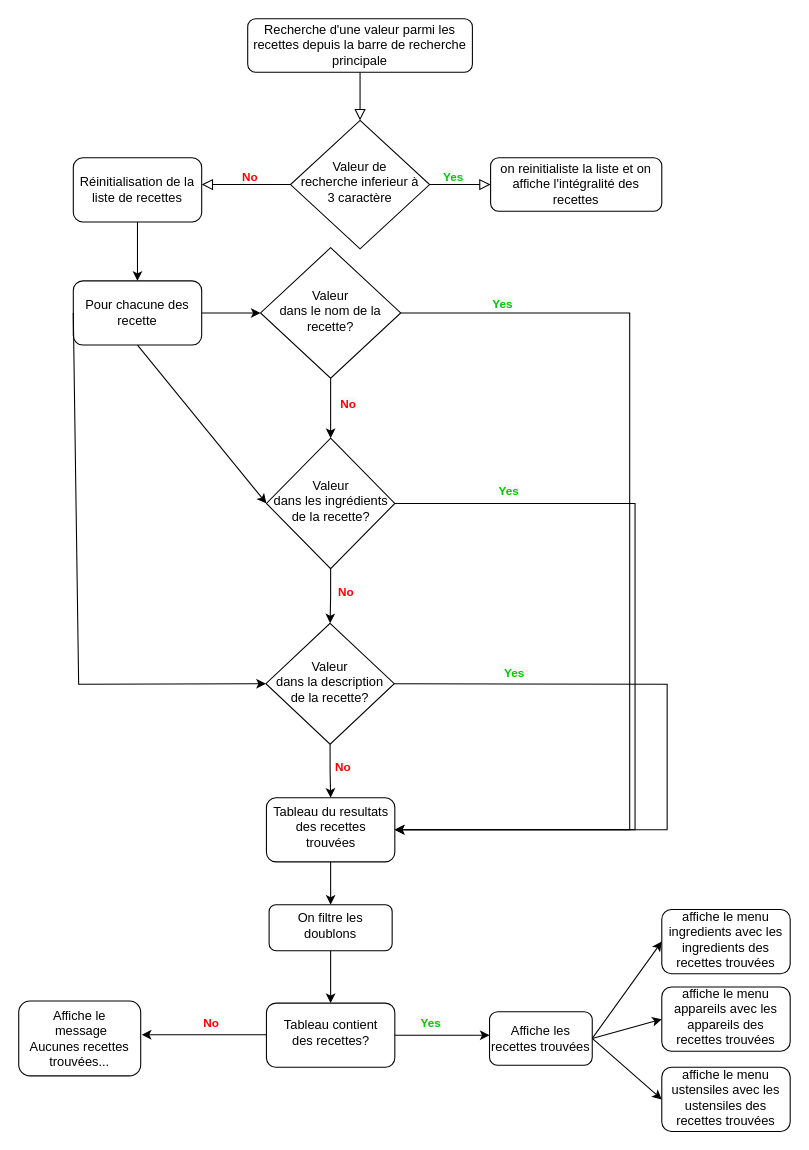
Before: Diagramme sans nom.drawio in Ambre972ppm/AmbreGONDRY_7_05-06-2022, a draw.io diagram. Source tidied: cells renumbered, new cells numbered last; positions are measured from the earlier drawing's top-left corner, leaving out a move shared by most shapes. Both pictures are drawn from the tidied source at 107%, with x=0, y=0 at pixel (18, 18).
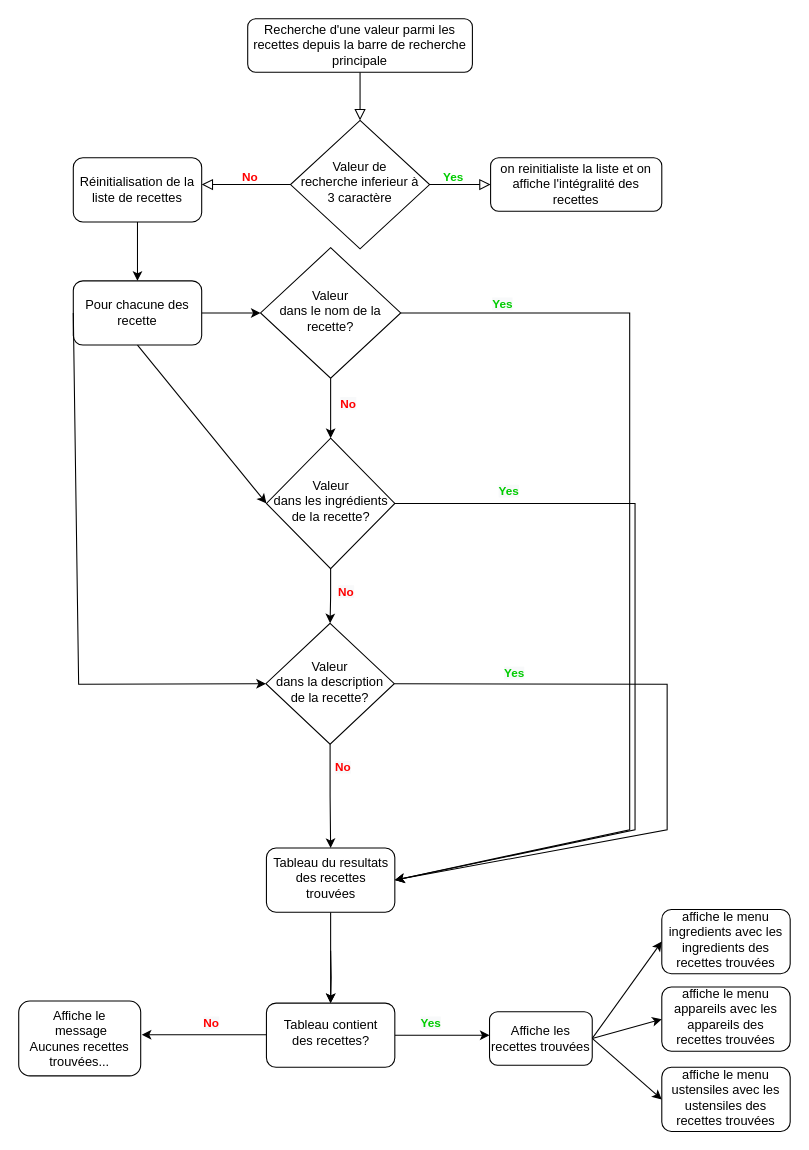
After the change.

Commit message (it also covers changes not shown here):
Mettre à jour Diagramme sans nom.drawio

The change refers to these unchanged cells:
```xml
<mxCell id="33" value="Tableau contient des recettes?" style="whiteSpace=wrap;html=1;rounded=1;shadow=0;strokeWidth=1;spacing=6;spacingTop=-4;" parent="1" vertex="1">
  <mxGeometry x="231.5" y="920" width="120" height="60" as="geometry" />
</mxCell>
```

What changed in the source:
```diff
@@
-    <mxCell id="20" style="edgeStyle=orthogonalEdgeStyle;rounded=0;jettySize=auto;html=1;" parent="1" edge="1" source="21" target="39">
-      <mxGeometry relative="1" as="geometry" />
-    </mxCell>
+    <mxCell id="46" style="edgeStyle=orthogonalEdgeStyle;rounded=0;jettySize=auto;html=1;" parent="1" edge="1" source="21" target="33">
+      <mxGeometry relative="1" as="geometry" />
+    </mxCell>
     <mxCell id="21" value="Tableau du resultats des recettes trouvées" style="whiteSpace=wrap;html=1;rounded=1;shadow=0;strokeWidth=1;spacing=6;spacingTop=-4;" parent="1" vertex="1">
-      <mxGeometry x="231.5" y="728" width="120" height="60" as="geometry" />
+      <mxGeometry x="231.5" y="775" width="120" height="60" as="geometry" />
     </mxCell>
@@
-    <mxCell id="38" style="edgeStyle=orthogonalEdgeStyle;rounded=0;jettySize=auto;html=1;" parent="1" edge="1" source="39" target="33">
-      <mxGeometry relative="1" as="geometry" />
+    <mxCell id="38" style="edgeStyle=orthogonalEdgeStyle;rounded=0;jettySize=auto;html=1;" parent="1" edge="1" target="33">
+      <mxGeometry relative="1" as="geometry">
+        <mxPoint x="291.5" y="871" as="sourcePoint" />
+      </mxGeometry>
     </mxCell>
-    <mxCell id="39" value="On filtre les doublons" style="whiteSpace=wrap;html=1;rounded=1;shadow=0;strokeWidth=1;spacing=6;spacingTop=-4;" parent="1" vertex="1">
-      <mxGeometry x="234" y="828" width="115" height="43" as="geometry" />
-    </mxCell>
```
